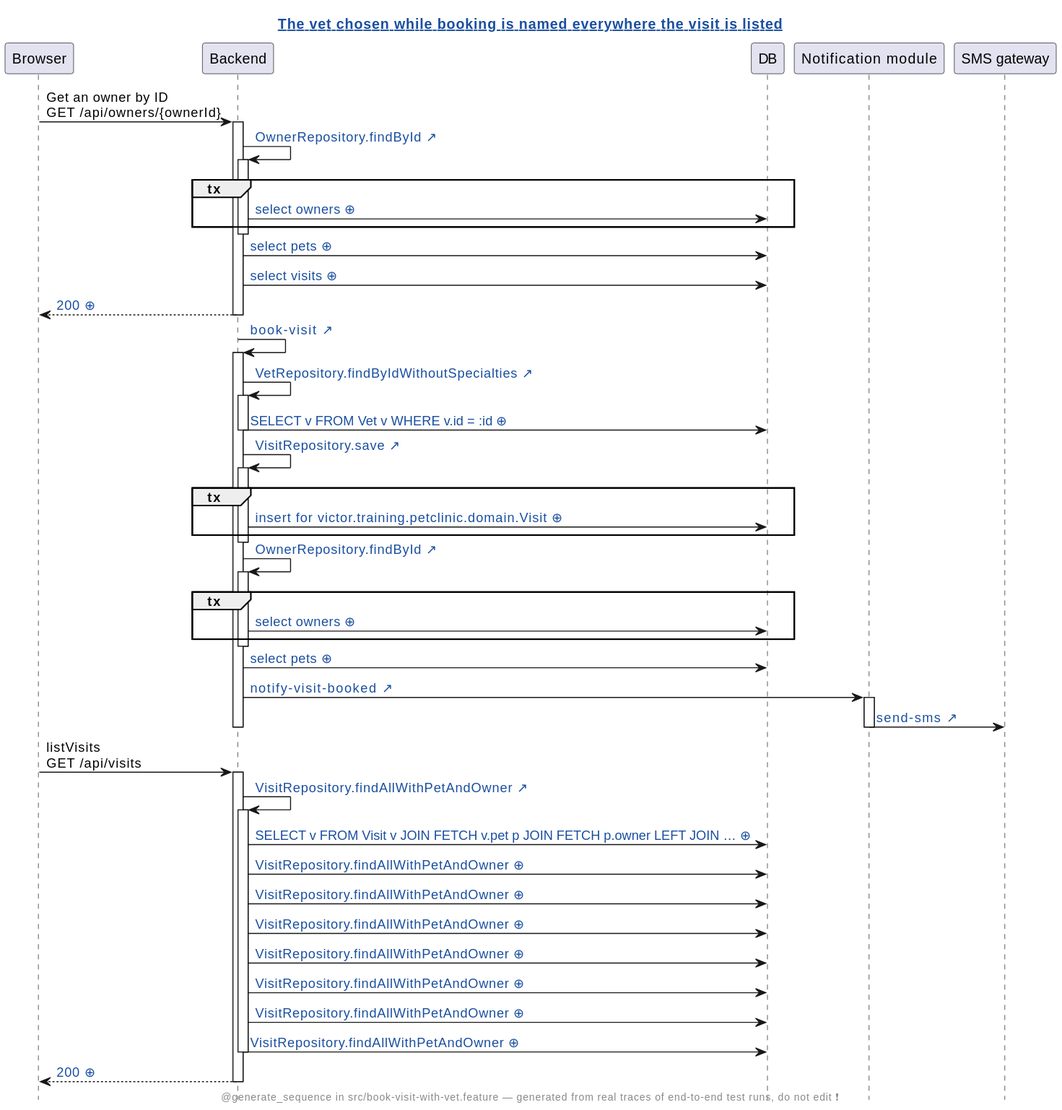
This is demo/petclinic-pr/assets/diagrams/petclinic-test_generated_book-visit-with-vet.feature.the-vet-chosen-while-booking-is-named-everywhere-the-visit-is-listed.genseq.diff.svg from victorrentea/human-review, a PlantUML export, as it was before one commit.
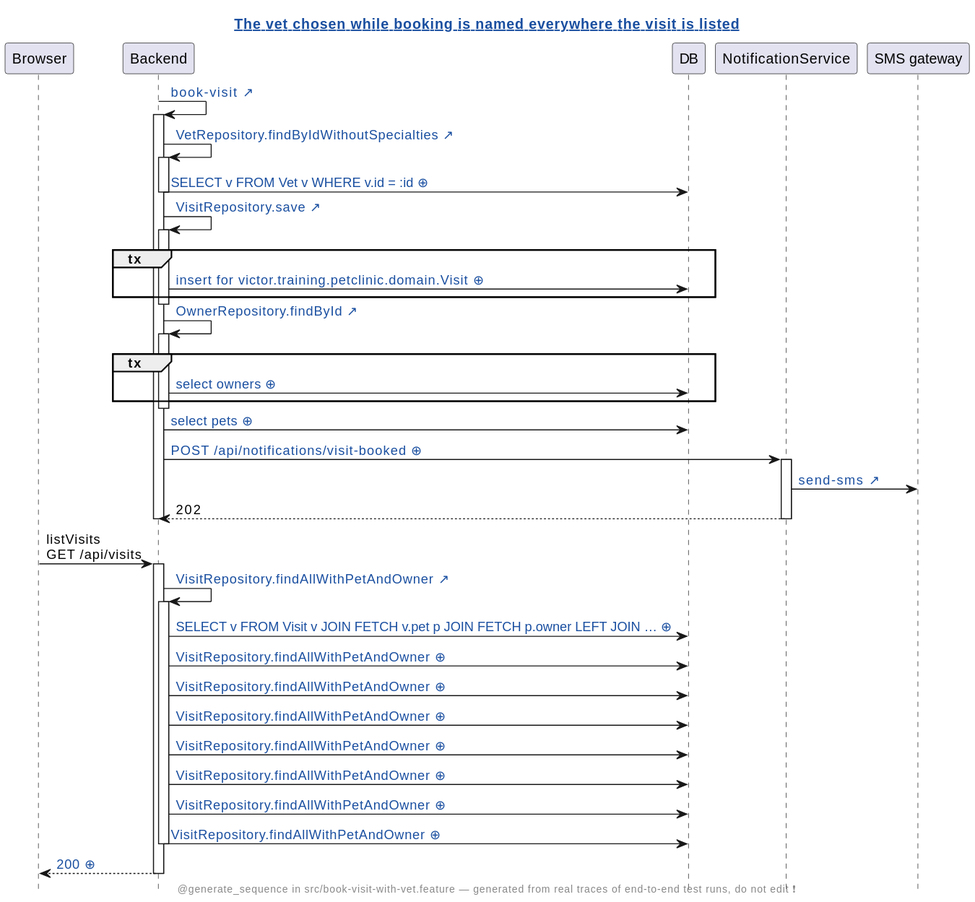
Later version of the same file.

Diff of the diagram source:
```diff
@@ -7,20 +7,8 @@
 participant Browser
 participant Backend
 participant DB
-participant "Notification module"
+participant NotificationService
 participant "SMS gateway"
-Browser -> Backend: Get an owner by ID\nGET /api/owners/{ownerId}
-activate Backend
-Backend -> Backend: [[src://petclinic-backend/src/main/java/victor/training/petclinic/repository/OwnerRepository.java:14{Click to open OwnerRepository.findById} OwnerRepository.findById ↗]]
-activate Backend
-group tx
-Backend -> DB: [[genseq://0x8aana{Click for the statement behind this call} select owners ⊕]]
-end
-deactivate Backend
-Backend -> DB: [[genseq://18567ho{Click for the statement behind this call} select pets ⊕]]
-Backend -> DB: [[genseq://1eq1h2q{Click for the statement behind this call} select visits ⊕]]
-Backend --> Browser: [[genseq://0k9x4kf{Click for this call’s JSON body} 200 ⊕]]
-deactivate Backend
 Backend -> Backend: [[src://petclinic-backend/src/main/java/victor/training/petclinic/rest/OwnerRestController.java:191{Click to open OwnerRestController.bookVisit} book-visit ↗]]
 activate Backend
 Backend -> Backend: [[src://petclinic-backend/src/main/java/victor/training/petclinic/repository/VetRepository.java:19{Click to open VetRepository.findByIdWithoutSpecialties} VetRepository.findByIdWithoutSpecialties ↗]]
@@ -30,7 +18,7 @@
 Backend -> Backend: [[src://petclinic-backend/src/main/java/victor/training/petclinic/repository/VisitRepository.java:14{Click to open VisitRepository.save} VisitRepository.save ↗]]
 activate Backend
 group tx
-Backend -> DB: [[genseq://0wuudg7{Click for the statement behind this call} insert for victor.training.petclinic.domain.Visit ⊕]]
+Backend -> DB: [[genseq://0orhvct{Click for the statement behind this call} insert for victor.training.petclinic.domain.Visit ⊕]]
 end
 deactivate Backend
 Backend -> Backend: [[src://petclinic-backend/src/main/java/victor/training/petclinic/repository/OwnerRepository.java:14{Click to open OwnerRepository.findById} OwnerRepository.findById ↗]]
@@ -40,10 +28,11 @@
 end
 deactivate Backend
 Backend -> DB: [[genseq://18567ho{Click for the statement behind this call} select pets ⊕]]
-Backend -> "Notification module": [[src://petclinic-backend/src/main/java/victor/training/petclinic/notification/FakeSmsNotificationSender.java:45{Click to open FakeSmsNotificationSender.visitBooked} notify-visit-booked ↗]]
-activate "Notification module"
-"Notification module" -> "SMS gateway": [[src://petclinic-backend/src/main/java/victor/training/petclinic/notification/FakeSmsNotificationSender.java:47{Click to open FakeSmsNotificationSender.sendSms} send-sms ↗]]
-deactivate "Notification module"
+Backend -> NotificationService: [[genseq://1r6wc83{Click for this call’s JSON body} POST /api/notifications/visit-booked ⊕]]
+activate NotificationService
+NotificationService -> "SMS gateway": [[src://notification-service/src/main/java/victor/training/notification/SmsGateway.java:23{Click to open SmsGateway.send} send-sms ↗]]
+NotificationService --> Backend: 202
+deactivate NotificationService
 deactivate Backend
 Browser -> Backend: listVisits\nGET /api/visits
 activate Backend
```
